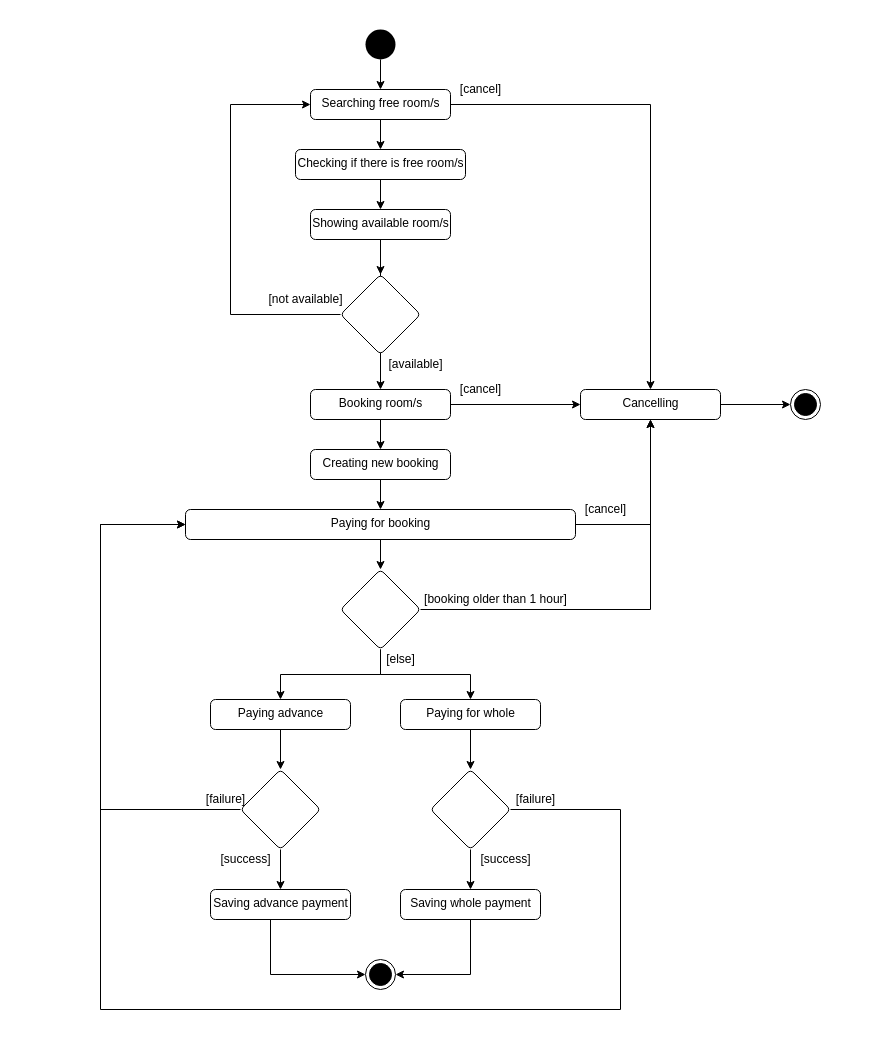
syndaez/hotel-management keeps this draw.io diagram as hotel-management-activity-diagram.drawio. Above is the earlier version. Source tidied: cells renumbered, new cells numbered last; positions are measured from the earlier drawing's top-left corner, leaving out a move shared by most shapes. Both pictures are drawn from the tidied source at 100%, with x=0, y=0 at pixel (100, 29).
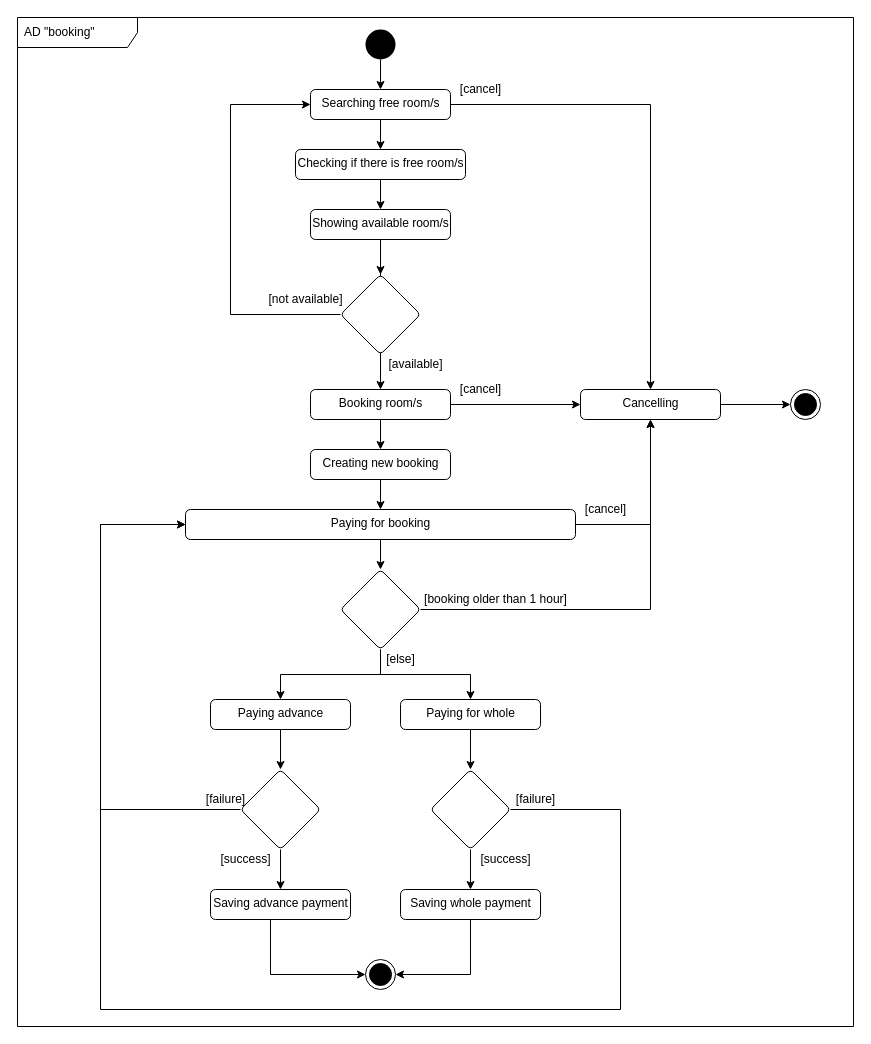
The same diagram, later.

The edit, as a diff of the source:
```diff
@@
+    <mxCell id="55" value="AD &quot;booking&quot;" style="shape=umlFrame;whiteSpace=wrap;html=1;width=120;height=30;boundedLbl=1;verticalAlign=middle;align=left;spacingLeft=5;" parent="1" vertex="1">
+      <mxGeometry x="-83" y="-12" width="836" height="1009" as="geometry" />
+    </mxCell>
```
